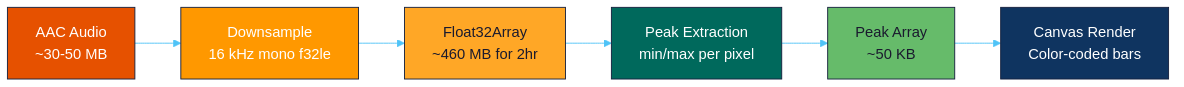
The Mermaid diagram docs/diagrams/05-analysis-pipeline.png in gjovanov/audio-waveform, before a commit. Its source is kept beside it as docs/diagrams/05-analysis-pipeline.mmd. Its diagram source:
```mermaid
%%{init: {'theme': 'base', 'themeVariables': {'primaryColor': '#1a1a2e', 'primaryTextColor': '#eee', 'primaryBorderColor': '#16213e', 'lineColor': '#4fc3f7', 'secondaryColor': '#0f3460'}}}%%
flowchart LR
    AAC["AAC Audio<br/>~30-50 MB"] --> DS["Downsample<br/>16 kHz mono f32le"]
    DS --> PCM["Float32Array<br/>~460 MB for 2hr"]
    PCM --> PEAKS["Peak Extraction<br/>min/max per pixel"]
    PEAKS --> DATA["Peak Array<br/>~50 KB"]
    DATA --> CANVAS["Canvas Render<br/>Color-coded bars"]

    style AAC fill:#e65100,color:#fff
    style DS fill:#ff9800,color:#fff
    style PCM fill:#ffa726,color:#1a1a2e
    style PEAKS fill:#00695c,color:#fff
    style DATA fill:#66bb6a,color:#1a1a2e
    style CANVAS fill:#0f3460,color:#fff
```
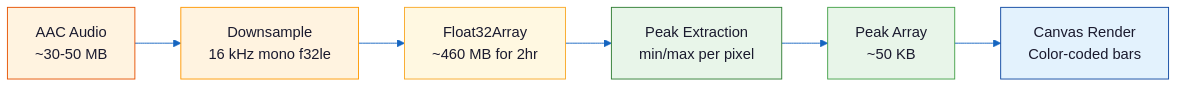
After the commit.

Diff of the diagram source:
```diff
@@ -1,4 +1,4 @@
-%%{init: {'theme': 'base', 'themeVariables': {'primaryColor': '#1a1a2e', 'primaryTextColor': '#eee', 'primaryBorderColor': '#16213e', 'lineColor': '#4fc3f7', 'secondaryColor': '#0f3460'}}}%%
+%%{init: {'theme': 'base', 'themeVariables': {'primaryColor': '#e3f2fd', 'primaryTextColor': '#1a1a2e', 'primaryBorderColor': '#1565c0', 'lineColor': '#1565c0', 'secondaryColor': '#fff3e0', 'background': '#ffffff', 'nodeBorder': '#1565c0', 'edgeLabelBackground': '#ffffff'}}}%%
 flowchart LR
     AAC["AAC Audio<br/>~30-50 MB"] --> DS["Downsample<br/>16 kHz mono f32le"]
     DS --> PCM["Float32Array<br/>~460 MB for 2hr"]
@@ -6,9 +6,9 @@
     PEAKS --> DATA["Peak Array<br/>~50 KB"]
     DATA --> CANVAS["Canvas Render<br/>Color-coded bars"]
 
-    style AAC fill:#e65100,color:#fff
-    style DS fill:#ff9800,color:#fff
-    style PCM fill:#ffa726,color:#1a1a2e
-    style PEAKS fill:#00695c,color:#fff
-    style DATA fill:#66bb6a,color:#1a1a2e
-    style CANVAS fill:#0f3460,color:#fff
+    style AAC fill:#fff3e0,stroke:#e65100,color:#1a1a2e
+    style DS fill:#fff3e0,stroke:#ff9800,color:#1a1a2e
+    style PCM fill:#fff8e1,stroke:#f9a825,color:#1a1a2e
+    style PEAKS fill:#e8f5e9,stroke:#2e7d32,color:#1a1a2e
+    style DATA fill:#e8f5e9,stroke:#43a047,color:#1a1a2e
+    style CANVAS fill:#e3f2fd,stroke:#0d47a1,color:#1a1a2e
```
